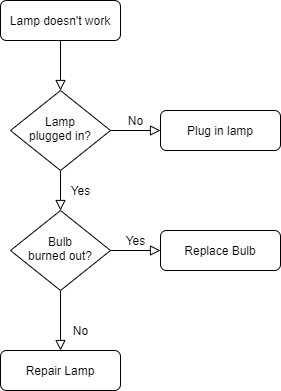
The draw.io diagram Untitled Diagram.png in DENGXANG/javademo, before a commit. Source tidied: cells renumbered, new cells last; positions are measured from the earlier drawing's top-left corner, leaving out a move shared by most shapes.
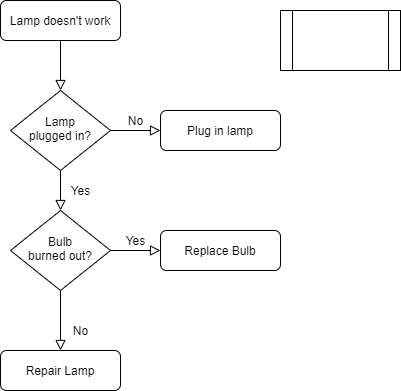
After the commit.

Change to the diagram source:
```diff
@@ -35,5 +35,8 @@
     <mxCell id="12" value="Replace Bulb" style="rounded=1;whiteSpace=wrap;html=1;fontSize=12;glass=0;strokeWidth=1;shadow=0;" parent="1" vertex="1">
       <mxGeometry x="160" y="230" width="120" height="40" as="geometry" />
     </mxCell>
+    <mxCell id="13" style="shape=process;whiteSpace=wrap;html=1;backgroundOutline=1;" parent="1" vertex="1">
+      <mxGeometry x="280" y="10" width="120" height="60" as="geometry" />
+    </mxCell>
   </root>
 </mxGraphModel>
```
